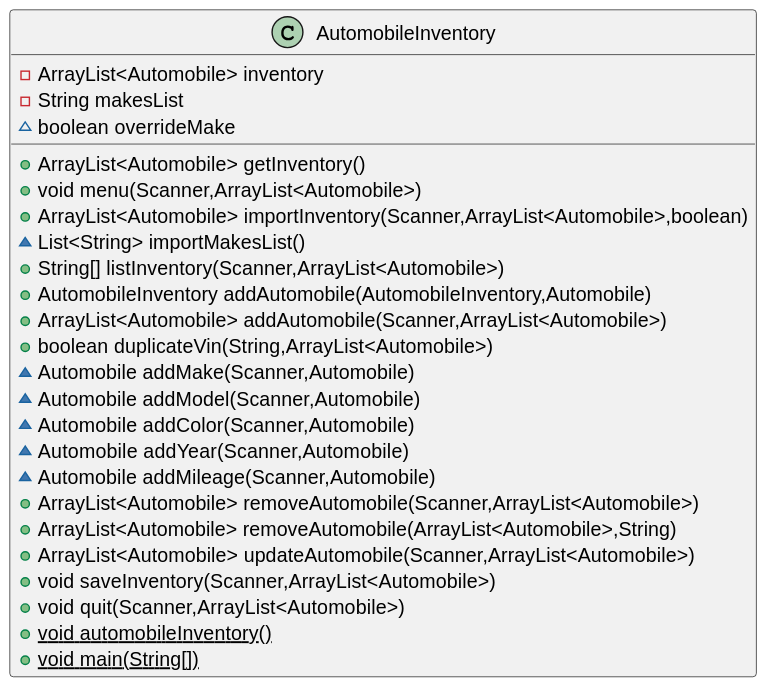
This is img/AutomobileInventory.svg from speters33w/CSUGlobal_CSC320_PortfolioProject_VehicleInventory, a PlantUML export, as it was before one commit. The source it was exported from:
```plantuml
@startuml
class AutomobileInventory {
- ArrayList<Automobile> inventory
- String makesList
~ boolean overrideMake
+ ArrayList<Automobile> getInventory()
+ void menu(Scanner,ArrayList<Automobile>)
+ ArrayList<Automobile> importInventory(Scanner,ArrayList<Automobile>,boolean)
~ List<String> importMakesList()
+ String[] listInventory(Scanner,ArrayList<Automobile>)
+ AutomobileInventory addAutomobile(AutomobileInventory,Automobile)
+ ArrayList<Automobile> addAutomobile(Scanner,ArrayList<Automobile>)
+ boolean duplicateVin(String,ArrayList<Automobile>)
~ Automobile addMake(Scanner,Automobile)
~ Automobile addModel(Scanner,Automobile)
~ Automobile addColor(Scanner,Automobile)
~ Automobile addYear(Scanner,Automobile)
~ Automobile addMileage(Scanner,Automobile)
+ ArrayList<Automobile> removeAutomobile(Scanner,ArrayList<Automobile>)
+ ArrayList<Automobile> removeAutomobile(ArrayList<Automobile>,String)
+ ArrayList<Automobile> updateAutomobile(Scanner,ArrayList<Automobile>)
+ void saveInventory(Scanner,ArrayList<Automobile>)
+ void quit(Scanner,ArrayList<Automobile>)
+ {static} void automobileInventory()
+ {static} void main(String[])
}
@enduml
```
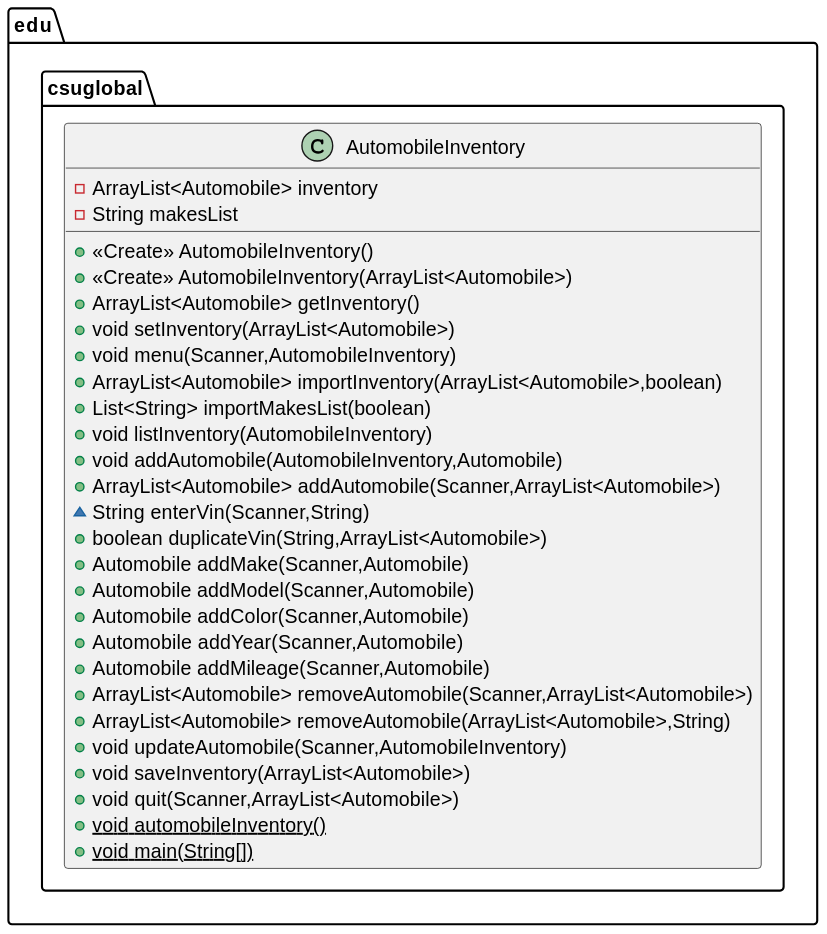
Later version of the same file.

What changed in the source:
```diff
@@ -1,25 +1,28 @@
 @startuml
-class AutomobileInventory {
+class edu.csuglobal.AutomobileInventory {
 - ArrayList<Automobile> inventory
 - String makesList
-~ boolean overrideMake
++ <<Create>> AutomobileInventory()
++ <<Create>> AutomobileInventory(ArrayList<Automobile>)
 + ArrayList<Automobile> getInventory()
-+ void menu(Scanner,ArrayList<Automobile>)
-+ ArrayList<Automobile> importInventory(Scanner,ArrayList<Automobile>,boolean)
-~ List<String> importMakesList()
-+ String[] listInventory(Scanner,ArrayList<Automobile>)
-+ AutomobileInventory addAutomobile(AutomobileInventory,Automobile)
++ void setInventory(ArrayList<Automobile>)
++ void menu(Scanner,AutomobileInventory)
++ ArrayList<Automobile> importInventory(ArrayList<Automobile>,boolean)
++ List<String> importMakesList(boolean)
++ void listInventory(AutomobileInventory)
++ void addAutomobile(AutomobileInventory,Automobile)
 + ArrayList<Automobile> addAutomobile(Scanner,ArrayList<Automobile>)
+~ String enterVin(Scanner,String)
 + boolean duplicateVin(String,ArrayList<Automobile>)
-~ Automobile addMake(Scanner,Automobile)
-~ Automobile addModel(Scanner,Automobile)
-~ Automobile addColor(Scanner,Automobile)
-~ Automobile addYear(Scanner,Automobile)
-~ Automobile addMileage(Scanner,Automobile)
++ Automobile addMake(Scanner,Automobile)
++ Automobile addModel(Scanner,Automobile)
++ Automobile addColor(Scanner,Automobile)
++ Automobile addYear(Scanner,Automobile)
++ Automobile addMileage(Scanner,Automobile)
 + ArrayList<Automobile> removeAutomobile(Scanner,ArrayList<Automobile>)
 + ArrayList<Automobile> removeAutomobile(ArrayList<Automobile>,String)
-+ ArrayList<Automobile> updateAutomobile(Scanner,ArrayList<Automobile>)
-+ void saveInventory(Scanner,ArrayList<Automobile>)
++ void updateAutomobile(Scanner,AutomobileInventory)
++ void saveInventory(ArrayList<Automobile>)
 + void quit(Scanner,ArrayList<Automobile>)
 + {static} void automobileInventory()
 + {static} void main(String[])
```
